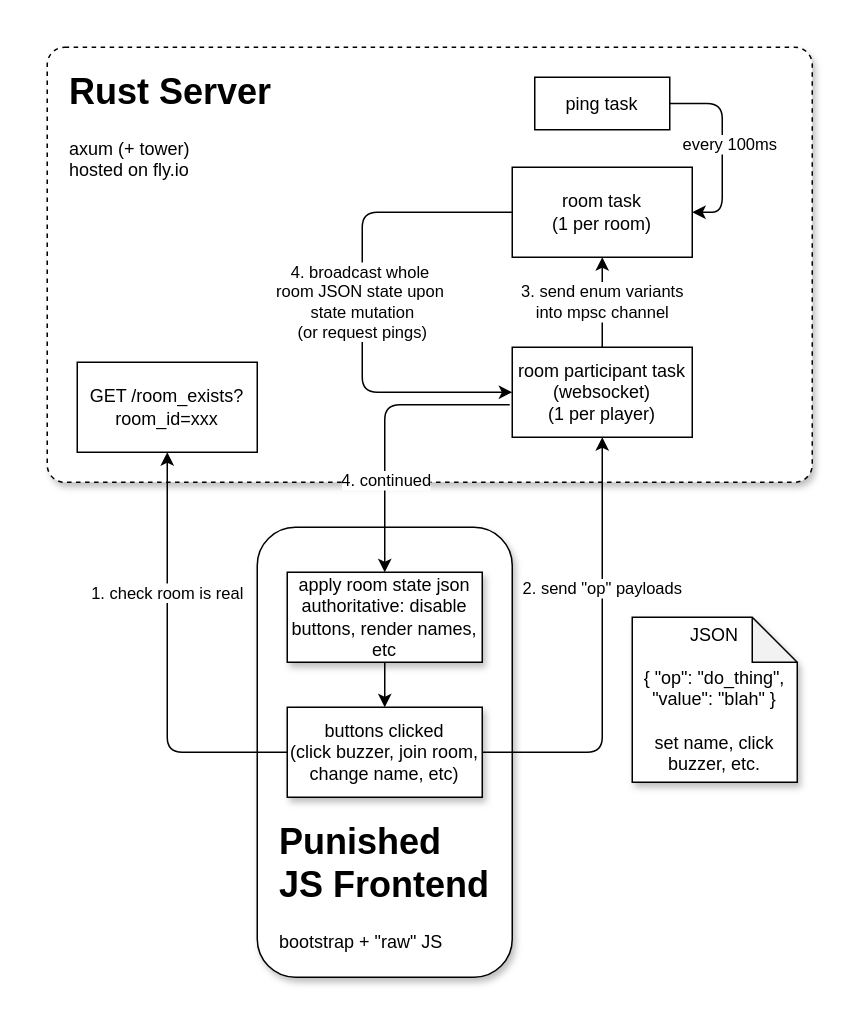
Above: docs/buzzer-diagrams.drawio in maxpiepenbrink/buzzer (draw.io), before the change. Source tidied: cells renumbered, new cells numbered last; positions are measured from the earlier drawing's top-left corner, leaving out a move shared by most shapes. Both pictures are drawn from the tidied source at 150%, with x=0, y=0 at pixel (46, 46).
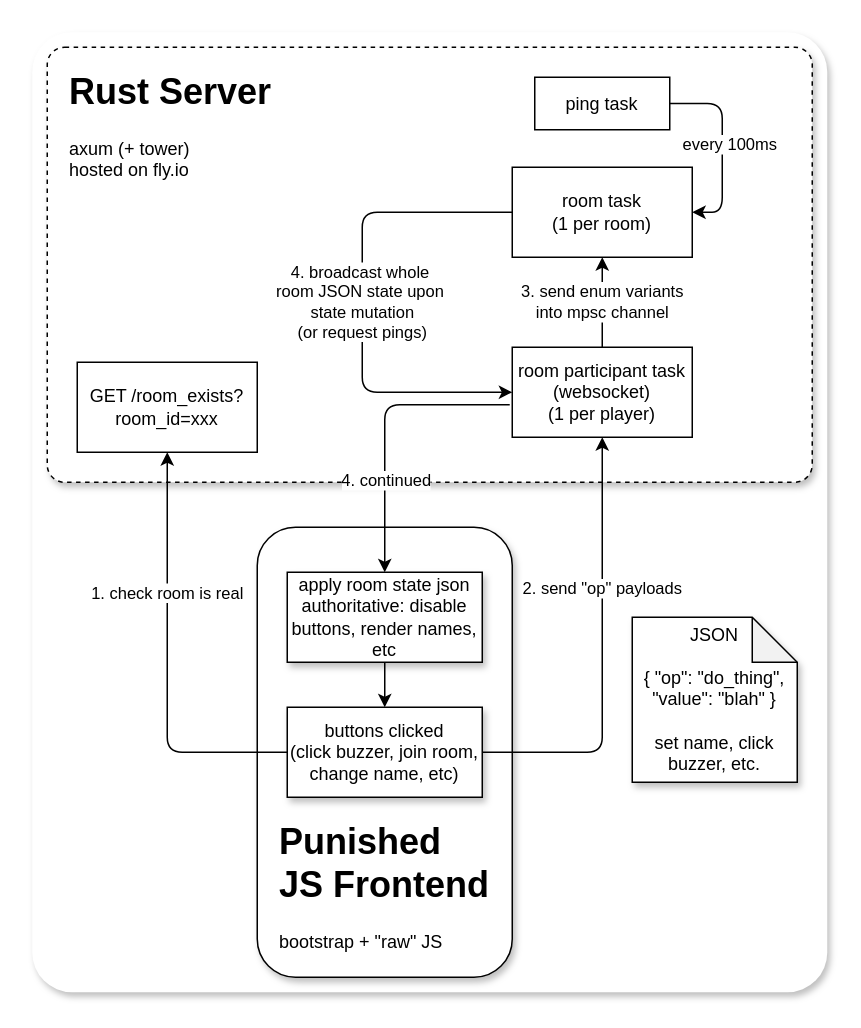
The same page after the edit.

Diff of the diagram source:
```diff
@@
+    <mxCell id="22" style="rounded=1;whiteSpace=wrap;html=1;shadow=1;strokeWidth=1;strokeColor=none;arcSize=5;" parent="1" vertex="1">
+      <mxGeometry x="-10" y="-10" width="530" height="640" as="geometry" />
+    </mxCell>
```
